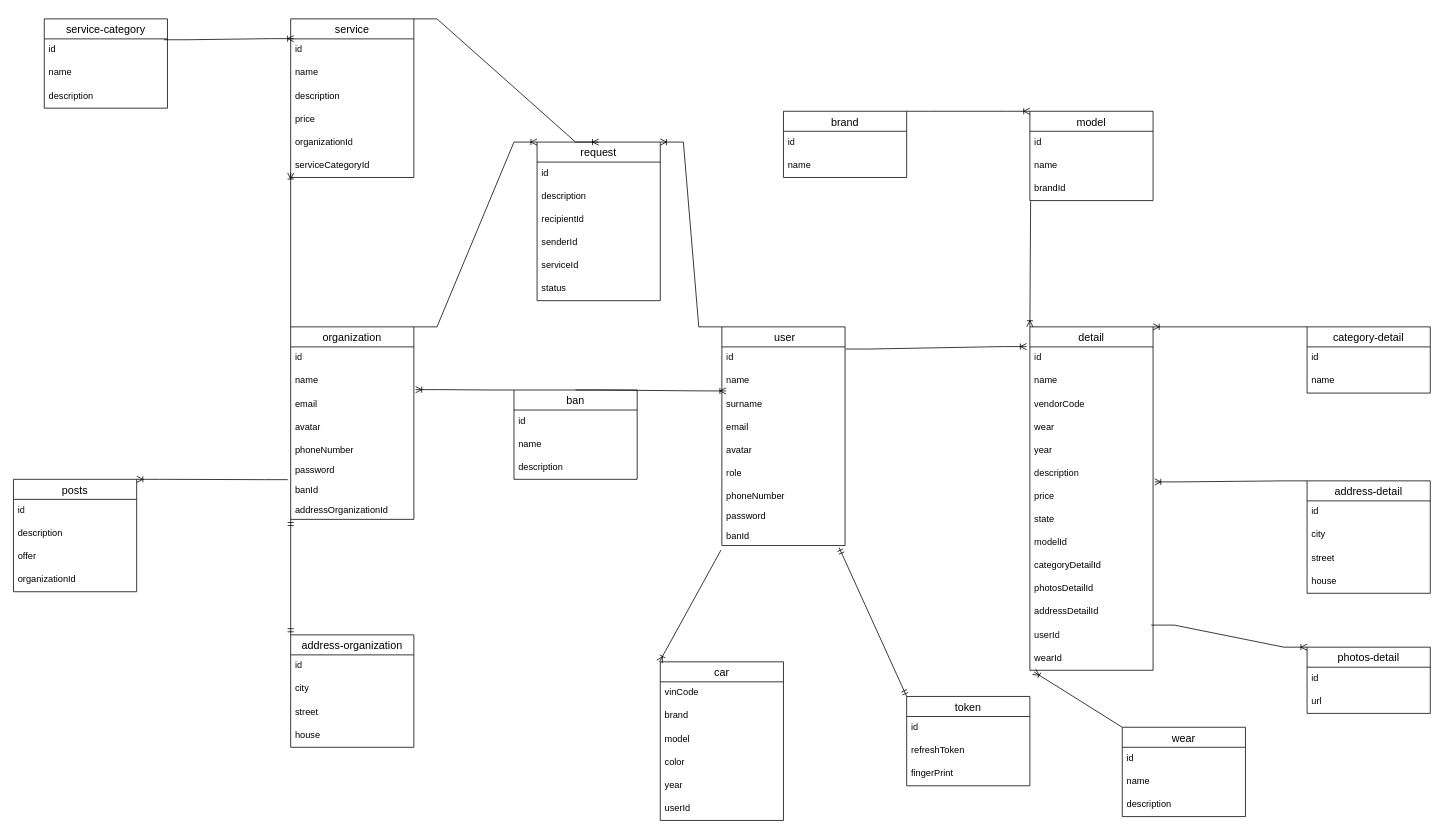
basharinandrej/cars keeps this draw.io diagram as page "Страница — 2" (2 of 2) of server/assets/schema-db.drawio. Above is the earlier version. Source tidied: cells renumbered, new cells numbered last; positions are measured from the earlier drawing's top-left corner, leaving out a move shared by most shapes. Both pictures are drawn from the tidied source at 77%, with x=0, y=0 at pixel (13, 18).
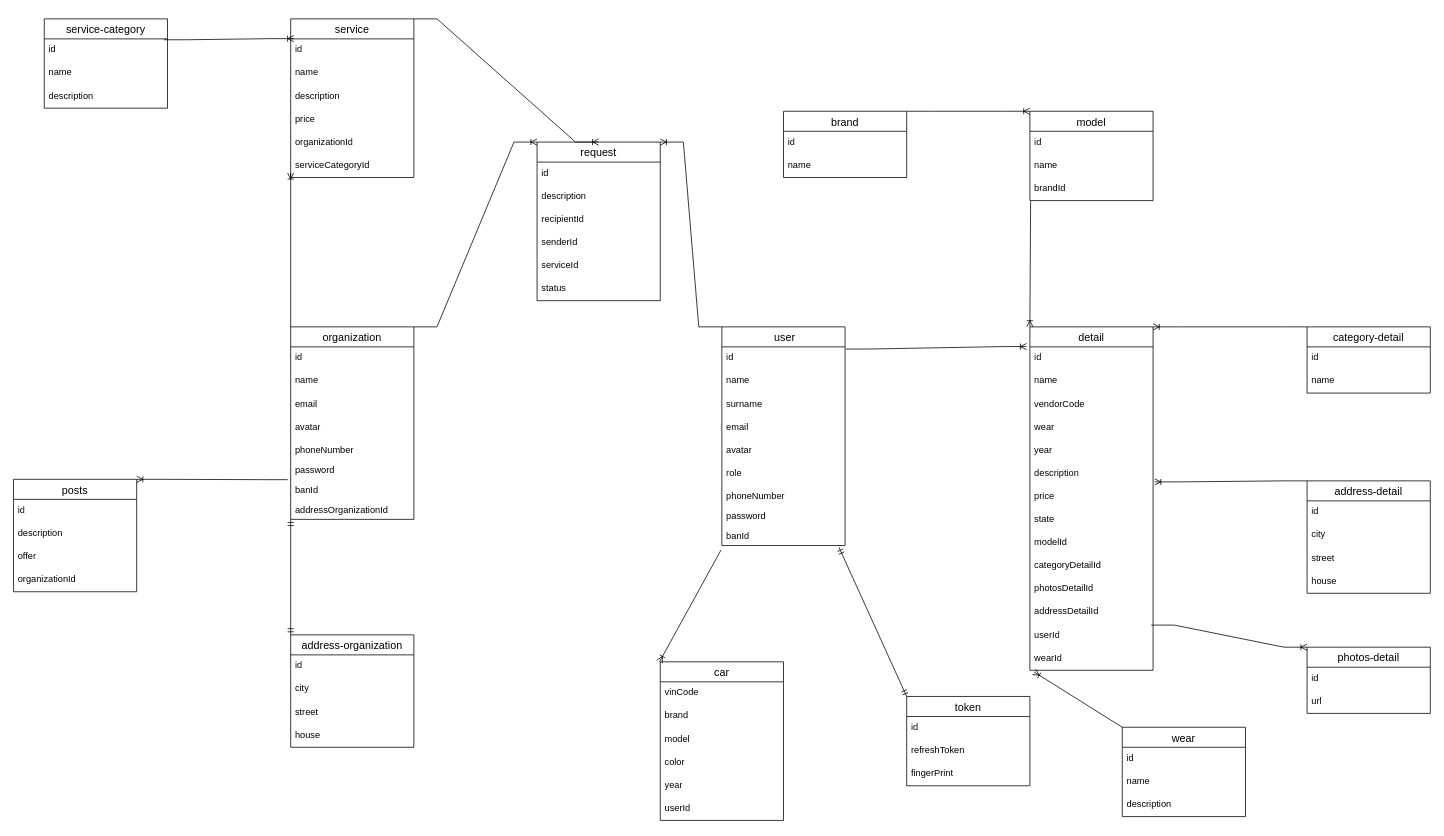
Above is the later version.

The change refers to these unchanged cells:
```xml
<mxCell id="43" value="surname" style="text;strokeColor=none;fillColor=none;spacingLeft=4;spacingRight=4;overflow=hidden;points=[[0,0.5],[1,0.5]];portConstraint=eastwest;fontSize=12;whiteSpace=wrap;html=1;" parent="40" vertex="1">
  <mxGeometry y="86" width="160" height="30" as="geometry" />
</mxCell>
<mxCell id="54" value="email" style="text;strokeColor=none;fillColor=none;spacingLeft=4;spacingRight=4;overflow=hidden;points=[[0,0.5],[1,0.5]];portConstraint=eastwest;fontSize=12;whiteSpace=wrap;html=1;" parent="51" vertex="1">
  <mxGeometry y="86" width="160" height="30" as="geometry" />
</mxCell>
```

The edit, as a diff of the source:
```diff
@@
-    <mxCell id="113" value="ban" style="swimlane;fontStyle=0;horizontal=1;startSize=26;align=center;fontSize=14;" parent="1" vertex="1">
-      <mxGeometry x="650" y="482" width="160" height="116" as="geometry" />
-    </mxCell>
-    <mxCell id="114" value="id" style="text;strokeColor=none;fillColor=none;spacingLeft=4;spacingRight=4;overflow=hidden;fontSize=12;whiteSpace=wrap;html=1;" parent="113" vertex="1">
-      <mxGeometry y="26" width="160" height="30" as="geometry" />
-    </mxCell>
-    <mxCell id="115" value="name" style="text;strokeColor=none;fillColor=none;spacingLeft=4;spacingRight=4;overflow=hidden;fontSize=12;whiteSpace=wrap;html=1;" parent="113" vertex="1">
-      <mxGeometry y="56" width="160" height="30" as="geometry" />
-    </mxCell>
-    <mxCell id="116" value="description" style="text;strokeColor=none;fillColor=none;spacingLeft=4;spacingRight=4;overflow=hidden;fontSize=12;whiteSpace=wrap;html=1;" parent="113" vertex="1">
-      <mxGeometry y="86" width="160" height="30" as="geometry" />
-    </mxCell>
-    <mxCell id="117" style="edgeStyle=entityRelationEdgeStyle;fontSize=12;html=1;endArrow=ERoneToMany;rounded=0;exitX=0.5;exitY=0;exitDx=0;exitDy=0;entryX=0.034;entryY=-0.094;entryDx=0;entryDy=0;entryPerimeter=0;" parent="1" edge="1" source="113" target="43">
-      <mxGeometry relative="1" as="geometry" />
-    </mxCell>
-    <mxCell id="118" style="edgeStyle=entityRelationEdgeStyle;fontSize=12;html=1;endArrow=ERoneToMany;rounded=0;exitX=0;exitY=0;exitDx=0;exitDy=0;entryX=1.014;entryY=-0.15;entryDx=0;entryDy=0;entryPerimeter=0;" parent="1" edge="1" source="113" target="54">
-      <mxGeometry relative="1" as="geometry" />
-    </mxCell>
```
